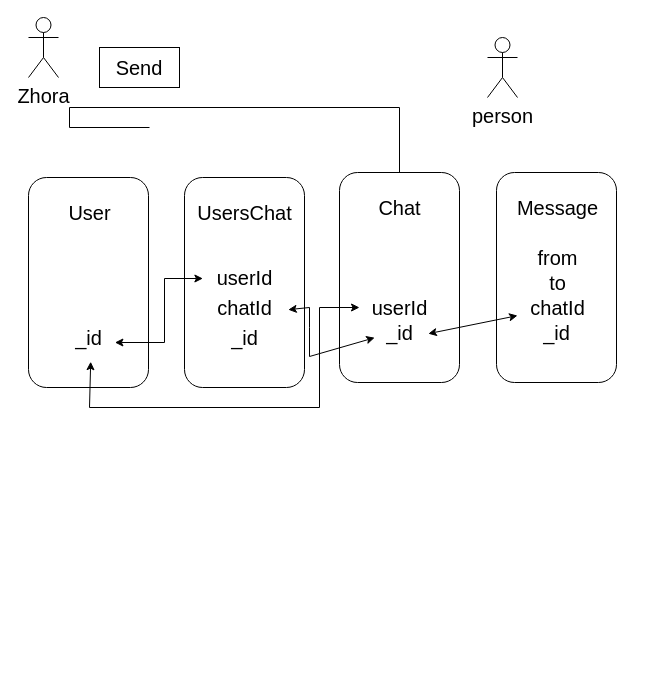
Before: Диаграмма без названия.drawio in GeorgeShvab/diagrams, a draw.io diagram. Source tidied: cells renumbered, new cells numbered last; positions are measured from the earlier drawing's top-left corner, leaving out a move shared by most shapes. Both pictures are drawn from the tidied source at 100%, with x=0, y=0 at pixel (28, 17).
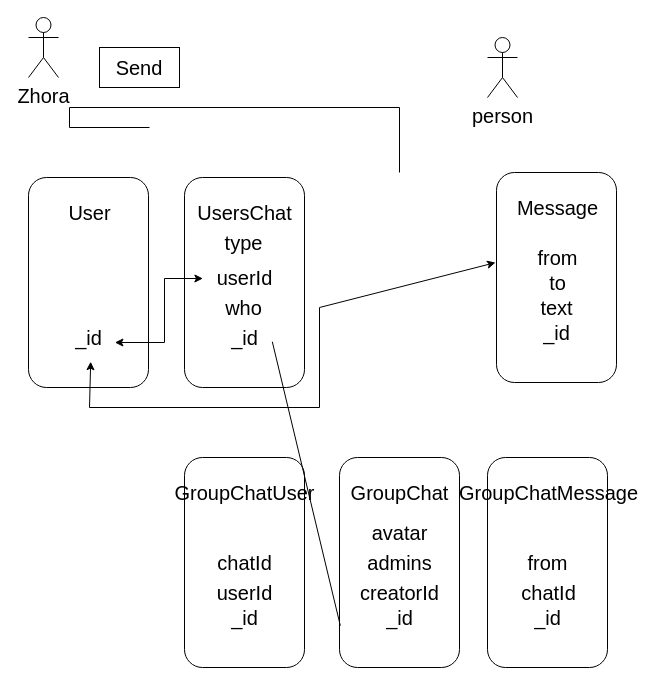
Above is the later version.

The change refers to these unchanged cells:
```xml
<mxCell id="4" value="_id" style="text;html=1;align=center;verticalAlign=middle;points=[];strokeColor=none;fillColor=none;fontSize=20;" parent="1" vertex="1">
  <mxGeometry x="35" y="300" width="50" height="40" as="geometry" />
</mxCell>
<mxCell id="7" value="_id" style="text;html=1;align=center;verticalAlign=middle;points=[];strokeColor=none;fillColor=none;fontSize=20;" parent="1" vertex="1">
  <mxGeometry x="191" y="300" width="50" height="40" as="geometry" />
</mxCell>
<mxCell id="17" style="rounded=1;whiteSpace=wrap;html=1;" parent="1" vertex="1">
  <mxGeometry x="468" y="155" width="120" height="210" as="geometry" />
</mxCell>
```

Change to the diagram source:
```diff
@@
-    <mxCell id="8" value="chatId" style="text;html=1;align=center;verticalAlign=middle;points=[];strokeColor=none;fillColor=none;fontSize=20;" parent="1" vertex="1">
-      <mxGeometry x="176" y="270" width="80" height="40" as="geometry" />
-    </mxCell>
@@
-    <mxCell id="11" style="rounded=1;whiteSpace=wrap;html=1;" parent="1" vertex="1">
-      <mxGeometry x="311" y="155" width="120" height="210" as="geometry" />
-    </mxCell>
-    <mxCell id="12" value="Chat" style="text;html=1;align=center;verticalAlign=middle;strokeColor=none;fillColor=none;fontSize=20;" parent="1" vertex="1">
-      <mxGeometry x="336" y="170" width="70" height="40" as="geometry" />
-    </mxCell>
-    <mxCell id="13" value="_id" style="text;html=1;align=center;verticalAlign=middle;points=[];strokeColor=none;fillColor=none;fontSize=20;" parent="1" vertex="1">
-      <mxGeometry x="346" y="295" width="50" height="40" as="geometry" />
-    </mxCell>
-    <mxCell id="14" value="userId" style="text;html=1;align=center;verticalAlign=middle;strokeColor=none;fillColor=none;fontSize=20;" parent="1" vertex="1">
-      <mxGeometry x="331" y="270" width="80" height="40" as="geometry" />
-    </mxCell>
-    <mxCell id="15" style="endArrow=classic;startArrow=classic;html=1;rounded=0;fontSize=20;exitX=0.544;exitY=1.105;exitDx=0;exitDy=0;exitPerimeter=0;" parent="1" edge="1" source="4">
+    <mxCell id="15" style="endArrow=classic;startArrow=classic;html=1;rounded=0;fontSize=20;exitX=0.544;exitY=1.105;exitDx=0;exitDy=0;exitPerimeter=0;entryX=-0.008;entryY=0.429;entryDx=0;entryDy=0;entryPerimeter=0;" parent="1" edge="1" source="4" target="17">
       <mxGeometry relative="1" as="geometry">
-        <mxPoint x="331" y="290" as="targetPoint" />
         <Array as="points">
           <mxPoint x="61" y="390" />
           <mxPoint x="291" y="390" />
           <mxPoint x="291" y="290" />
         </Array>
       </mxGeometry>
     </mxCell>
-    <mxCell id="16" style="endArrow=classic;startArrow=classic;html=1;rounded=0;fontSize=20;entryX=0.004;entryY=0.63;entryDx=0;entryDy=0;entryPerimeter=0;exitX=1.047;exitY=0.555;exitDx=0;exitDy=0;exitPerimeter=0;" parent="1" edge="1" source="8" target="13">
-      <mxGeometry relative="1" as="geometry">
-        <Array as="points">
-          <mxPoint x="281" y="290" />
-          <mxPoint x="281" y="310" />
-          <mxPoint x="281" y="339" />
-        </Array>
-      </mxGeometry>
-    </mxCell>
@@
-    <mxCell id="20" value="chatId" style="text;html=1;align=center;verticalAlign=middle;points=[];strokeColor=none;fillColor=none;fontSize=20;" parent="1" vertex="1">
-      <mxGeometry x="489" y="270" width="80" height="40" as="geometry" />
-    </mxCell>
-    <mxCell id="21" style="endArrow=classic;startArrow=classic;html=1;rounded=0;fontSize=20;exitX=1.076;exitY=0.53;exitDx=0;exitDy=0;exitPerimeter=0;" parent="1" edge="1" source="13" target="20">
-      <mxGeometry relative="1" as="geometry" />
-    </mxCell>
@@
-    <mxCell id="27" style="endArrow=none;html=1;rounded=0;fontSize=20;exitX=0.5;exitY=0;exitDx=0;exitDy=0;" parent="1" edge="1" source="11">
+    <mxCell id="27" style="endArrow=none;html=1;rounded=0;fontSize=20;exitX=0.5;exitY=0;exitDx=0;exitDy=0;" parent="1" edge="1">
       <mxGeometry relative="1" as="geometry">
+        <mxPoint x="371" y="155" as="sourcePoint" />
         <mxPoint x="41" y="90" as="targetPoint" />
         <Array as="points">
           <mxPoint x="371" y="90" />
         </Array>
       </mxGeometry>
     </mxCell>
@@
+    <mxCell id="29" style="rounded=1;whiteSpace=wrap;html=1;" parent="1" vertex="1">
+      <mxGeometry x="156" y="440" width="120" height="210" as="geometry" />
+    </mxCell>
+    <mxCell id="30" value="GroupChatUser" style="text;html=1;align=center;verticalAlign=middle;strokeColor=none;fillColor=none;fontSize=20;" parent="1" vertex="1">
+      <mxGeometry x="136" y="455" width="160" height="40" as="geometry" />
+    </mxCell>
+    <mxCell id="31" value="_id" style="text;html=1;align=center;verticalAlign=middle;strokeColor=none;fillColor=none;fontSize=20;" parent="1" vertex="1">
+      <mxGeometry x="191" y="580" width="50" height="40" as="geometry" />
+    </mxCell>
+    <mxCell id="14" value="userId" style="text;html=1;align=center;verticalAlign=middle;strokeColor=none;fillColor=none;fontSize=20;" parent="1" vertex="1">
+      <mxGeometry x="176" y="555" width="80" height="40" as="geometry" />
+    </mxCell>
+    <mxCell id="32" value="chatId" style="text;html=1;align=center;verticalAlign=middle;strokeColor=none;fillColor=none;fontSize=20;" parent="1" vertex="1">
+      <mxGeometry x="176" y="525" width="80" height="40" as="geometry" />
+    </mxCell>
+    <mxCell id="33" style="rounded=1;whiteSpace=wrap;html=1;" parent="1" vertex="1">
+      <mxGeometry x="311" y="440" width="120" height="210" as="geometry" />
+    </mxCell>
+    <mxCell id="34" value="GroupChat" style="text;html=1;align=center;verticalAlign=middle;strokeColor=none;fillColor=none;fontSize=20;" parent="1" vertex="1">
+      <mxGeometry x="311" y="455" width="120" height="40" as="geometry" />
+    </mxCell>
+    <mxCell id="35" value="_id" style="text;html=1;align=center;verticalAlign=middle;strokeColor=none;fillColor=none;fontSize=20;" parent="1" vertex="1">
+      <mxGeometry x="346" y="580" width="50" height="40" as="geometry" />
+    </mxCell>
+    <mxCell id="36" value="creatorId" style="text;html=1;align=center;verticalAlign=middle;strokeColor=none;fillColor=none;fontSize=20;" parent="1" vertex="1">
+      <mxGeometry x="321" y="555" width="100" height="40" as="geometry" />
+    </mxCell>
+    <mxCell id="37" value="admins" style="text;html=1;align=center;verticalAlign=middle;strokeColor=none;fillColor=none;fontSize=20;" parent="1" vertex="1">
+      <mxGeometry x="326" y="525" width="90" height="40" as="geometry" />
+    </mxCell>
+    <mxCell id="38" style="rounded=1;whiteSpace=wrap;html=1;" parent="1" vertex="1">
+      <mxGeometry x="459" y="440" width="120" height="210" as="geometry" />
+    </mxCell>
+    <mxCell id="39" value="GroupChatMessage" style="text;html=1;align=center;verticalAlign=middle;strokeColor=none;fillColor=none;fontSize=20;" parent="1" vertex="1">
+      <mxGeometry x="420" y="455" width="200" height="40" as="geometry" />
+    </mxCell>
+    <mxCell id="40" value="_id" style="text;html=1;align=center;verticalAlign=middle;strokeColor=none;fillColor=none;fontSize=20;" parent="1" vertex="1">
+      <mxGeometry x="494" y="580" width="50" height="40" as="geometry" />
+    </mxCell>
+    <mxCell id="41" value="chatId" style="text;html=1;align=center;verticalAlign=middle;strokeColor=none;fillColor=none;fontSize=20;" parent="1" vertex="1">
+      <mxGeometry x="480" y="555" width="80" height="40" as="geometry" />
+    </mxCell>
+    <mxCell id="42" value="from" style="text;html=1;align=center;verticalAlign=middle;strokeColor=none;fillColor=none;fontSize=20;" parent="1" vertex="1">
+      <mxGeometry x="489" y="525" width="60" height="40" as="geometry" />
+    </mxCell>
+    <mxCell id="43" value="avatar" style="text;html=1;align=center;verticalAlign=middle;strokeColor=none;fillColor=none;fontSize=20;" parent="1" vertex="1">
+      <mxGeometry x="331" y="495" width="80" height="40" as="geometry" />
+    </mxCell>
+    <mxCell id="44" value="text" style="text;html=1;align=center;verticalAlign=middle;strokeColor=none;fillColor=none;fontSize=20;" parent="1" vertex="1">
+      <mxGeometry x="498" y="270" width="60" height="40" as="geometry" />
+    </mxCell>
+    <mxCell id="45" value="who" style="text;html=1;align=center;verticalAlign=middle;strokeColor=none;fillColor=none;fontSize=20;" parent="1" vertex="1">
+      <mxGeometry x="185" y="270" width="60" height="40" as="geometry" />
+    </mxCell>
+    <mxCell id="46" style="endArrow=none;html=1;rounded=0;fontSize=20;entryX=1.056;entryY=0.605;entryDx=0;entryDy=0;entryPerimeter=0;exitX=0.007;exitY=0.801;exitDx=0;exitDy=0;exitPerimeter=0;" parent="1" edge="1" source="33" target="7">
+      <mxGeometry relative="1" as="geometry" />
+    </mxCell>
+    <mxCell id="47" value="type" style="text;html=1;align=center;verticalAlign=middle;strokeColor=none;fillColor=none;fontSize=20;" parent="1" vertex="1">
+      <mxGeometry x="185" y="205" width="60" height="40" as="geometry" />
+    </mxCell>
```
